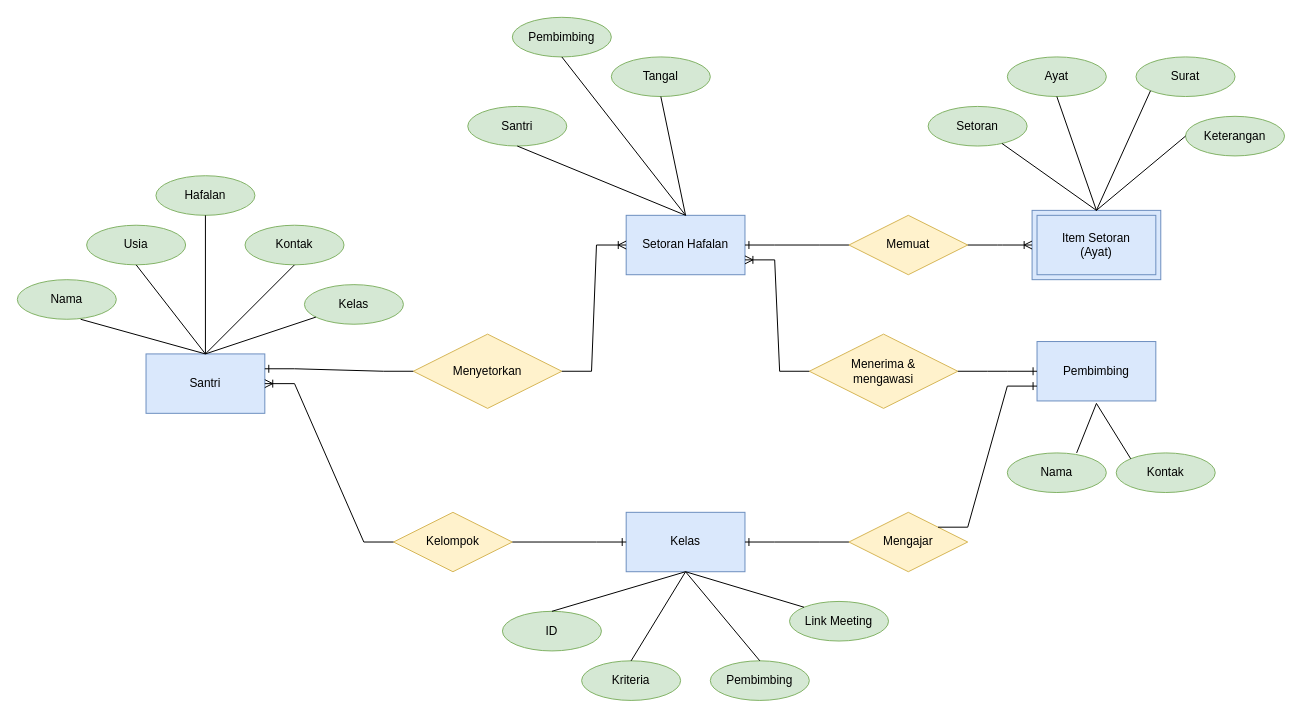
This is Pertemuan2/Pertemuan2.drawio from nentinur/IF214002, a draw.io file, before an edit. Source tidied: cells renumbered, new cells numbered last; positions are measured from the earlier drawing's top-left corner, leaving out a move shared by most shapes. Both pictures are drawn from the tidied source at 99%, with x=0, y=0 at pixel (17, 17).
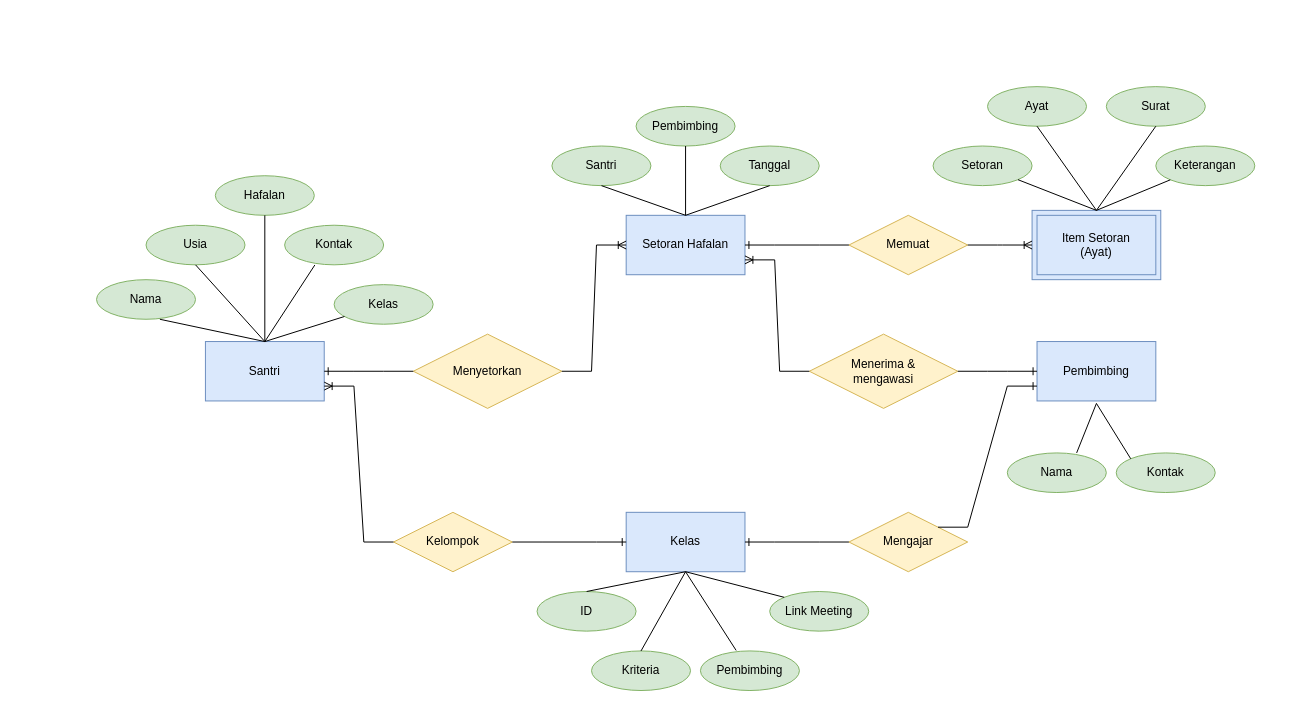
After the change.

The change refers to these unchanged cells:
```xml
<mxCell id="12" value="Kelas" style="rounded=0;whiteSpace=wrap;html=1;fillColor=#dae8fc;strokeColor=#6c8ebf;" parent="1" vertex="1">
  <mxGeometry x="615" y="500" width="120" height="60" as="geometry" />
</mxCell>
<mxCell id="20" value="Kelompok" style="shape=rhombus;perimeter=rhombusPerimeter;whiteSpace=wrap;html=1;align=center;fillColor=#fff2cc;strokeColor=#d6b656;" parent="1" vertex="1">
  <mxGeometry x="380" y="500" width="120" height="60" as="geometry" />
</mxCell>
<mxCell id="25" value="&lt;div&gt;Item Setoran&lt;/div&gt;&lt;div&gt;(Ayat)&lt;/div&gt;" style="shape=ext;margin=3;double=1;whiteSpace=wrap;html=1;align=center;fillColor=#dae8fc;strokeColor=#6c8ebf;" parent="1" vertex="1">
  <mxGeometry x="1025" y="195" width="130" height="70" as="geometry" />
</mxCell>
<mxCell id="39" value="Menyetorkan" style="shape=rhombus;perimeter=rhombusPerimeter;whiteSpace=wrap;html=1;align=center;fillColor=#fff2cc;strokeColor=#d6b656;" parent="1" vertex="1">
  <mxGeometry x="400" y="320" width="150" height="75" as="geometry" />
</mxCell>
```

The edit, as a diff of the source:
```diff
@@
     <mxCell id="2" value="Santri" style="rounded=0;whiteSpace=wrap;html=1;fillColor=#dae8fc;strokeColor=#6c8ebf;" parent="1" vertex="1">
-      <mxGeometry x="130" y="340" width="120" height="60" as="geometry" />
+      <mxGeometry x="190" y="327.5" width="120" height="60" as="geometry" />
     </mxCell>
     <mxCell id="3" value="Nama" style="ellipse;whiteSpace=wrap;html=1;align=center;fillColor=#d5e8d4;strokeColor=#82b366;" parent="1" vertex="1">
-      <mxGeometry y="265" width="100" height="40" as="geometry" />
+      <mxGeometry x="80" y="265" width="100" height="40" as="geometry" />
     </mxCell>
     <mxCell id="4" value="Usia" style="ellipse;whiteSpace=wrap;html=1;align=center;fillColor=#d5e8d4;strokeColor=#82b366;" parent="1" vertex="1">
-      <mxGeometry x="70" y="210" width="100" height="40" as="geometry" />
+      <mxGeometry x="130" y="210" width="100" height="40" as="geometry" />
     </mxCell>
     <mxCell id="5" value="Kontak" style="ellipse;whiteSpace=wrap;html=1;align=center;fillColor=#d5e8d4;strokeColor=#82b366;" parent="1" vertex="1">
-      <mxGeometry x="230" y="210" width="100" height="40" as="geometry" />
+      <mxGeometry x="270" y="210" width="100" height="40" as="geometry" />
     </mxCell>
     <mxCell id="6" value="Hafalan" style="ellipse;whiteSpace=wrap;html=1;align=center;fillColor=#d5e8d4;strokeColor=#82b366;" parent="1" vertex="1">
-      <mxGeometry x="140" y="160" width="100" height="40" as="geometry" />
+      <mxGeometry x="200" y="160" width="100" height="40" as="geometry" />
     </mxCell>
@@
-    <mxCell id="10" style="endArrow=none;html=1;rounded=0;exitX=0.5;exitY=0;exitDx=0;exitDy=0;entryX=0.5;entryY=1;entryDx=0;entryDy=0;" parent="1" edge="1" source="2" target="5">
+    <mxCell id="10" style="endArrow=none;html=1;rounded=0;exitX=0.5;exitY=0;exitDx=0;exitDy=0;entryX=0.305;entryY=1.005;entryDx=0;entryDy=0;entryPerimeter=0;" parent="1" edge="1" source="2" target="5">
       <mxGeometry relative="1" as="geometry" />
     </mxCell>
@@
     <mxCell id="13" value="ID" style="ellipse;whiteSpace=wrap;html=1;align=center;fillColor=#d5e8d4;strokeColor=#82b366;" parent="1" vertex="1">
-      <mxGeometry x="490" y="600" width="100" height="40" as="geometry" />
+      <mxGeometry x="525" y="580" width="100" height="40" as="geometry" />
     </mxCell>
@@
     <mxCell id="22" value="Santri" style="ellipse;whiteSpace=wrap;html=1;align=center;fillColor=#d5e8d4;strokeColor=#82b366;" parent="1" vertex="1">
-      <mxGeometry x="455" y="90" width="100" height="40" as="geometry" />
+      <mxGeometry x="540" y="130" width="100" height="40" as="geometry" />
     </mxCell>
     <mxCell id="23" value="Pembimbing" style="ellipse;whiteSpace=wrap;html=1;align=center;fillColor=#d5e8d4;strokeColor=#82b366;" parent="1" vertex="1">
-      <mxGeometry x="500" width="100" height="40" as="geometry" />
+      <mxGeometry x="625" y="90" width="100" height="40" as="geometry" />
     </mxCell>
-    <mxCell id="24" value="Tangal" style="ellipse;whiteSpace=wrap;html=1;align=center;fillColor=#d5e8d4;strokeColor=#82b366;" parent="1" vertex="1">
-      <mxGeometry x="600" y="40" width="100" height="40" as="geometry" />
+    <mxCell id="24" value="Tanggal" style="ellipse;whiteSpace=wrap;html=1;align=center;fillColor=#d5e8d4;strokeColor=#82b366;" parent="1" vertex="1">
+      <mxGeometry x="710" y="130" width="100" height="40" as="geometry" />
     </mxCell>
@@
     <mxCell id="27" value="Ayat" style="ellipse;whiteSpace=wrap;html=1;align=center;fillColor=#d5e8d4;strokeColor=#82b366;" parent="1" vertex="1">
-      <mxGeometry x="1000" y="40" width="100" height="40" as="geometry" />
+      <mxGeometry x="980" y="70" width="100" height="40" as="geometry" />
     </mxCell>
     <mxCell id="28" value="Surat" style="ellipse;whiteSpace=wrap;html=1;align=center;fillColor=#d5e8d4;strokeColor=#82b366;" parent="1" vertex="1">
-      <mxGeometry x="1130" y="40" width="100" height="40" as="geometry" />
+      <mxGeometry x="1100" y="70" width="100" height="40" as="geometry" />
     </mxCell>
@@
     <mxCell id="32" value="Keterangan" style="ellipse;whiteSpace=wrap;html=1;align=center;fillColor=#d5e8d4;strokeColor=#82b366;" parent="1" vertex="1">
-      <mxGeometry x="1180" y="100" width="100" height="40" as="geometry" />
+      <mxGeometry x="1150" y="130" width="100" height="40" as="geometry" />
     </mxCell>
     <mxCell id="33" value="Setoran" style="ellipse;whiteSpace=wrap;html=1;align=center;fillColor=#d5e8d4;strokeColor=#82b366;" parent="1" vertex="1">
-      <mxGeometry x="920" y="90" width="100" height="40" as="geometry" />
+      <mxGeometry x="925" y="130" width="100" height="40" as="geometry" />
     </mxCell>
@@
-    <mxCell id="36" style="endArrow=none;html=1;rounded=0;entryX=0.5;entryY=0;entryDx=0;entryDy=0;exitX=0;exitY=1;exitDx=0;exitDy=0;" parent="1" edge="1" source="28" target="25">
+    <mxCell id="36" style="endArrow=none;html=1;rounded=0;entryX=0.5;entryY=0;entryDx=0;entryDy=0;exitX=0.5;exitY=1;exitDx=0;exitDy=0;" parent="1" edge="1" source="28" target="25">
       <mxGeometry relative="1" as="geometry" />
     </mxCell>
-    <mxCell id="37" style="endArrow=none;html=1;rounded=0;entryX=0.5;entryY=0;entryDx=0;entryDy=0;exitX=0;exitY=0.5;exitDx=0;exitDy=0;" parent="1" edge="1" source="32" target="25">
+    <mxCell id="37" style="endArrow=none;html=1;rounded=0;entryX=0.5;entryY=0;entryDx=0;entryDy=0;exitX=0;exitY=1;exitDx=0;exitDy=0;" parent="1" edge="1" source="32" target="25">
       <mxGeometry relative="1" as="geometry" />
     </mxCell>
@@
     <mxCell id="40" value="Kriteria" style="ellipse;whiteSpace=wrap;html=1;align=center;fillColor=#d5e8d4;strokeColor=#82b366;" parent="1" vertex="1">
-      <mxGeometry x="570" y="650" width="100" height="40" as="geometry" />
+      <mxGeometry x="580" y="640" width="100" height="40" as="geometry" />
     </mxCell>
@@
     <mxCell id="42" value="Kelas" style="ellipse;whiteSpace=wrap;html=1;align=center;fillColor=#d5e8d4;strokeColor=#82b366;" parent="1" vertex="1">
-      <mxGeometry x="290" y="270" width="100" height="40" as="geometry" />
+      <mxGeometry x="320" y="270" width="100" height="40" as="geometry" />
     </mxCell>
@@
     <mxCell id="44" value="Pembimbing" style="ellipse;whiteSpace=wrap;html=1;align=center;fillColor=#d5e8d4;strokeColor=#82b366;" parent="1" vertex="1">
-      <mxGeometry x="700" y="650" width="100" height="40" as="geometry" />
+      <mxGeometry x="690" y="640" width="100" height="40" as="geometry" />
     </mxCell>
-    <mxCell id="45" style="endArrow=none;html=1;rounded=0;entryX=0.5;entryY=0;entryDx=0;entryDy=0;exitX=0.5;exitY=1;exitDx=0;exitDy=0;" parent="1" edge="1" source="12" target="44">
+    <mxCell id="45" style="endArrow=none;html=1;rounded=0;entryX=0.361;entryY=-0.012;entryDx=0;entryDy=0;exitX=0.5;exitY=1;exitDx=0;exitDy=0;entryPerimeter=0;" parent="1" edge="1" source="12" target="44">
       <mxGeometry relative="1" as="geometry" />
     </mxCell>
     <mxCell id="46" value="Link Meeting" style="ellipse;whiteSpace=wrap;html=1;align=center;fillColor=#d5e8d4;strokeColor=#82b366;" parent="1" vertex="1">
-      <mxGeometry x="780" y="590" width="100" height="40" as="geometry" />
+      <mxGeometry x="760" y="580" width="100" height="40" as="geometry" />
     </mxCell>
@@
-    <mxCell id="49" style="edgeStyle=entityRelationEdgeStyle;fontSize=12;html=1;endArrow=ERoneToMany;rounded=0;entryX=1;entryY=0.5;entryDx=0;entryDy=0;" parent="1" edge="1" source="20" target="2">
+    <mxCell id="49" style="edgeStyle=entityRelationEdgeStyle;fontSize=12;html=1;endArrow=ERoneToMany;rounded=0;entryX=1;entryY=0.75;entryDx=0;entryDy=0;" parent="1" edge="1" source="20" target="2">
       <mxGeometry relative="1" as="geometry" />
     </mxCell>
-    <mxCell id="50" style="edgeStyle=entityRelationEdgeStyle;fontSize=12;html=1;endArrow=ERone;endFill=1;rounded=0;entryX=1;entryY=0.25;entryDx=0;entryDy=0;exitX=0;exitY=0.5;exitDx=0;exitDy=0;" parent="1" edge="1" source="39" target="2">
-      <mxGeometry relative="1" as="geometry" />
-    </mxCell>
@@
+    <mxCell id="50" style="edgeStyle=entityRelationEdgeStyle;fontSize=12;html=1;endArrow=ERone;endFill=1;rounded=0;entryX=1;entryY=0.5;entryDx=0;entryDy=0;exitX=0;exitY=0.5;exitDx=0;exitDy=0;" parent="1" edge="1" source="39" target="2">
+      <mxGeometry relative="1" as="geometry" />
+    </mxCell>
```
